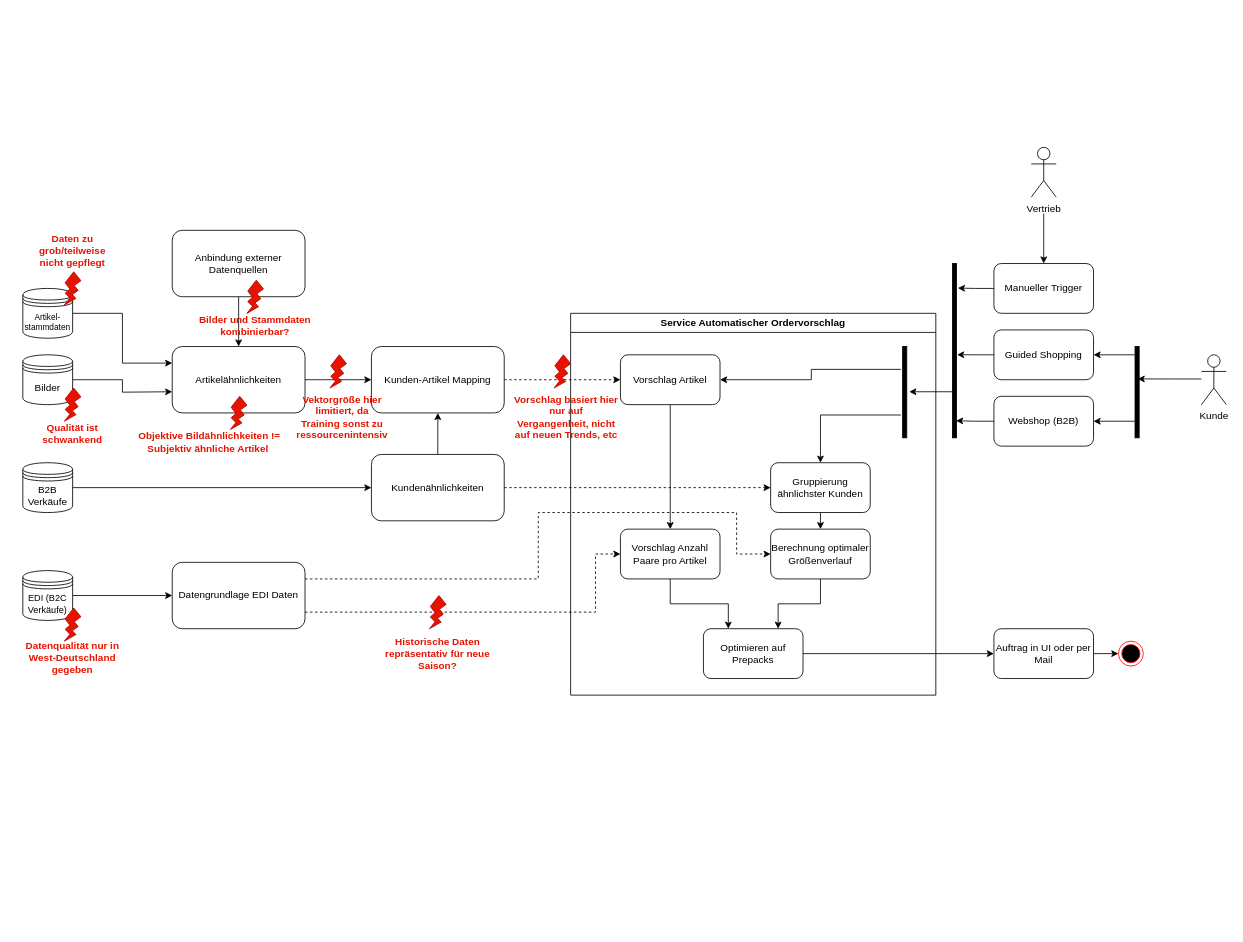
This is automatischerOrdervorschlagGanzerProzess.drawio from TKraski/drawio, a draw.io file, before an edit. Source tidied: cells renumbered, new cells numbered last; positions are measured from the earlier drawing's top-left corner, leaving out a move shared by most shapes. Both pictures are drawn from the tidied source at 83%, with x=0, y=0 at pixel (14, 147).
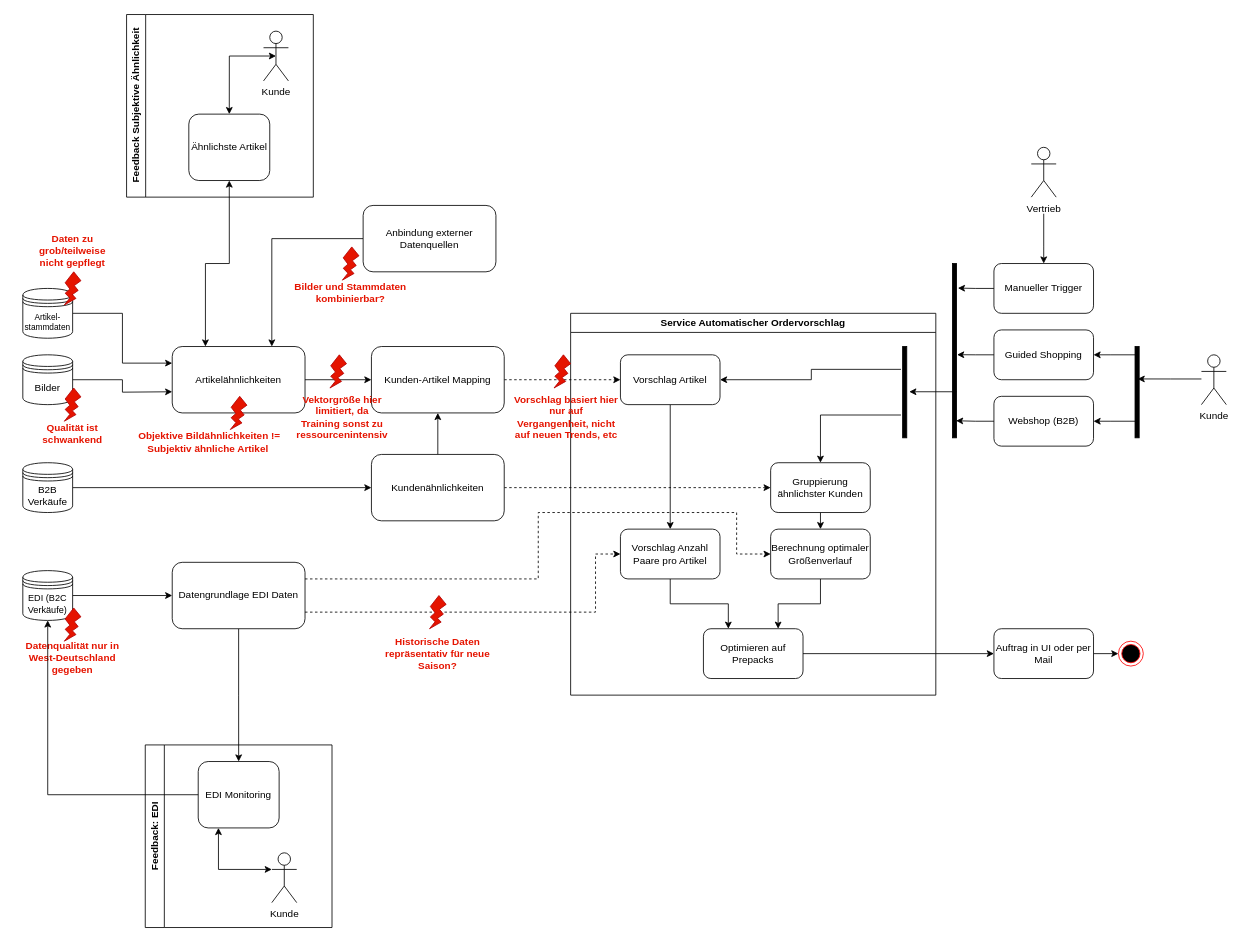
After the change.

Unchanged cells that the change refers to:
```xml
<mxCell id="3" value="Artikelähnlichkeiten" style="rounded=1;whiteSpace=wrap;html=1;" parent="1" vertex="1">
  <mxGeometry x="190" y="240" width="160" height="80" as="geometry" />
</mxCell>
<mxCell id="13" value="Datengrundlage EDI Daten" style="rounded=1;whiteSpace=wrap;html=1;" parent="1" vertex="1">
  <mxGeometry x="190" y="500" width="160" height="80" as="geometry" />
</mxCell>
<mxCell id="49" value="&lt;font style=&quot;font-size: 11px;&quot;&gt;EDI (B2C Verkäufe)&lt;/font&gt;" style="shape=datastore;whiteSpace=wrap;html=1;" parent="1" vertex="1">
  <mxGeometry x="10" y="510" width="60" height="60" as="geometry" />
</mxCell>
```

What changed in the source:
```diff
@@
-    <mxCell id="4" style="edgeStyle=orthogonalEdgeStyle;rounded=0;jettySize=auto;html=1;exitX=0.5;exitY=1;exitDx=0;exitDy=0;entryX=0.5;entryY=0;entryDx=0;entryDy=0;" parent="1" edge="1" source="5" target="3">
+    <mxCell id="4" style="edgeStyle=orthogonalEdgeStyle;rounded=0;jettySize=auto;html=1;exitX=0;exitY=0.5;exitDx=0;exitDy=0;entryX=0.75;entryY=0;entryDx=0;entryDy=0;" parent="1" edge="1" source="5" target="3">
       <mxGeometry relative="1" as="geometry" />
     </mxCell>
     <mxCell id="5" value="Anbindung externer Datenquellen" style="rounded=1;whiteSpace=wrap;html=1;" parent="1" vertex="1">
-      <mxGeometry x="190" y="100" width="160" height="80" as="geometry" />
+      <mxGeometry x="420" y="70" width="160" height="80" as="geometry" />
     </mxCell>
@@
+    <mxCell id="70" style="edgeStyle=orthogonalEdgeStyle;rounded=0;jettySize=auto;html=1;exitX=0.5;exitY=1;exitDx=0;exitDy=0;entryX=0.5;entryY=0;entryDx=0;entryDy=0;" parent="1" edge="1" source="13" target="73">
+      <mxGeometry relative="1" as="geometry" />
+    </mxCell>
@@
     <mxCell id="53" style="verticalLabelPosition=bottom;verticalAlign=top;html=1;shape=mxgraph.basic.flash;fillColor=#e51400;fontColor=#ffffff;strokeColor=#B20000;" parent="1" vertex="1">
-      <mxGeometry x="280" y="160" width="20" height="40" as="geometry" />
+      <mxGeometry x="395" y="120" width="20" height="40" as="geometry" />
     </mxCell>
@@
     <mxCell id="68" value="Bilder und Stammdaten kombinierbar?" style="text;html=1;align=center;verticalAlign=middle;whiteSpace=wrap;rounded=0;fontColor=#e51400;fontStyle=1;" parent="1" vertex="1">
-      <mxGeometry x="205" y="200" width="170" height="30" as="geometry" />
+      <mxGeometry x="320" y="160" width="170" height="30" as="geometry" />
     </mxCell>
@@
+    <mxCell id="71" value="Feedback: EDI" style="swimlane;horizontal=0;whiteSpace=wrap;html=1;" parent="1" vertex="1">
+      <mxGeometry x="157.5" y="720" width="225" height="220" as="geometry" />
+    </mxCell>
+    <mxCell id="72" value="Kunde" style="shape=umlActor;verticalLabelPosition=bottom;verticalAlign=top;html=1;outlineConnect=0;" parent="71" vertex="1">
+      <mxGeometry x="152.5" y="130" width="30" height="60" as="geometry" />
+    </mxCell>
+    <mxCell id="73" value="EDI Monitoring" style="rounded=1;whiteSpace=wrap;html=1;" parent="71" vertex="1">
+      <mxGeometry x="63.8" y="20" width="97.5" height="80" as="geometry" />
+    </mxCell>
+    <mxCell id="74" style="edgeStyle=orthogonalEdgeStyle;rounded=0;jettySize=auto;html=1;exitX=0.25;exitY=1;exitDx=0;exitDy=0;entryX=0;entryY=0.3333333333333333;entryDx=0;entryDy=0;entryPerimeter=0;endArrow=classic;endFill=1;startArrow=classic;startFill=1;" parent="71" edge="1" source="73" target="72">
+      <mxGeometry relative="1" as="geometry">
+        <Array as="points">
+          <mxPoint x="88" y="150" />
+        </Array>
+      </mxGeometry>
+    </mxCell>
+    <mxCell id="75" style="edgeStyle=orthogonalEdgeStyle;rounded=0;jettySize=auto;html=1;exitX=0;exitY=0.5;exitDx=0;exitDy=0;entryX=0.5;entryY=1;entryDx=0;entryDy=0;" parent="1" edge="1" source="73" target="49">
+      <mxGeometry relative="1" as="geometry" />
+    </mxCell>
+    <mxCell id="76" value="Feedback Subjektive Ähnlichkeit" style="swimlane;horizontal=0;whiteSpace=wrap;html=1;" parent="1" vertex="1">
+      <mxGeometry x="135" y="-160" width="225" height="220" as="geometry" />
+    </mxCell>
+    <mxCell id="77" value="Kunde" style="shape=umlActor;verticalLabelPosition=bottom;verticalAlign=top;html=1;outlineConnect=0;" parent="76" vertex="1">
+      <mxGeometry x="165" y="20" width="30" height="60" as="geometry" />
+    </mxCell>
+    <mxCell id="78" value="Ähnlichste Artikel" style="rounded=1;whiteSpace=wrap;html=1;" parent="76" vertex="1">
+      <mxGeometry x="75" y="120" width="97.5" height="80" as="geometry" />
+    </mxCell>
+    <mxCell id="79" style="edgeStyle=orthogonalEdgeStyle;rounded=0;jettySize=auto;html=1;exitX=0.5;exitY=0;exitDx=0;exitDy=0;entryX=0.5;entryY=0.5;entryDx=0;entryDy=0;entryPerimeter=0;startArrow=classic;startFill=1;" parent="76" edge="1" source="78" target="77">
+      <mxGeometry relative="1" as="geometry">
+        <Array as="points">
+          <mxPoint x="124" y="50" />
+        </Array>
+      </mxGeometry>
+    </mxCell>
+    <mxCell id="80" style="edgeStyle=orthogonalEdgeStyle;rounded=0;jettySize=auto;html=1;exitX=0.5;exitY=1;exitDx=0;exitDy=0;entryX=0.25;entryY=0;entryDx=0;entryDy=0;startArrow=classic;startFill=1;" parent="1" edge="1" source="78" target="3">
+      <mxGeometry relative="1" as="geometry" />
+    </mxCell>
```
